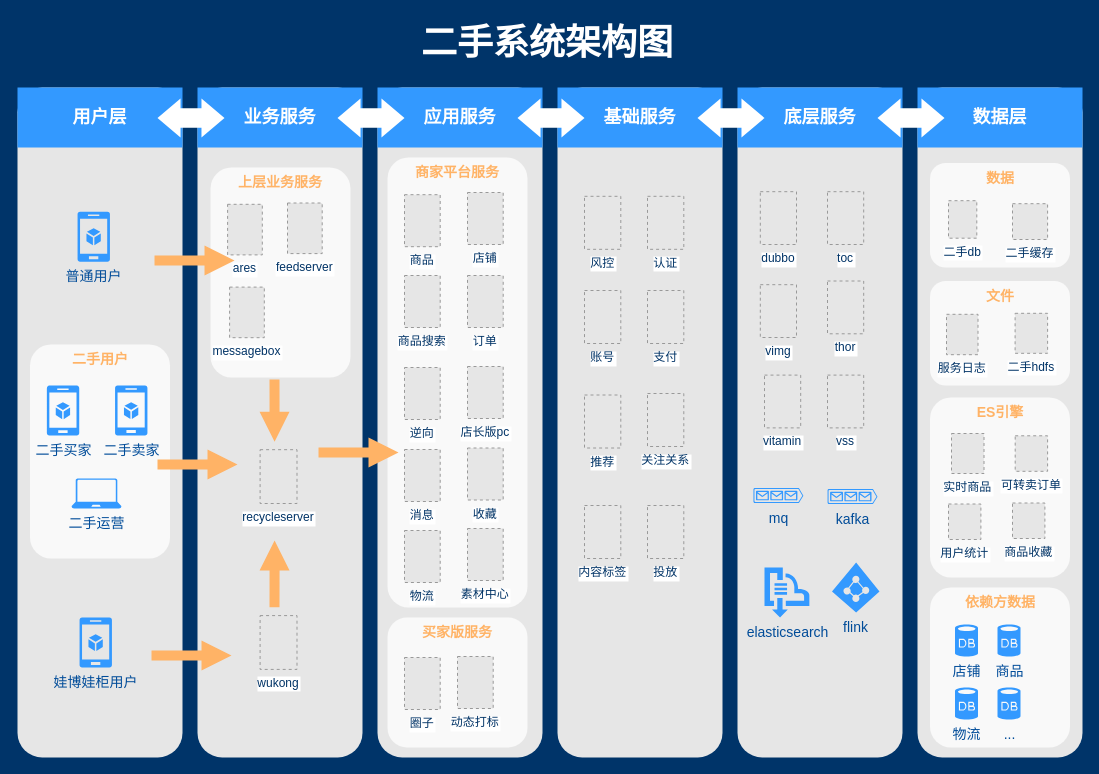
This is Untitled Diagram.drawio from killermyth/Documents, a draw.io file, before an edit. Source tidied: cells renumbered, new cells numbered last; positions are measured from the earlier drawing's top-left corner, leaving out a move shared by most shapes. Both pictures are drawn from the tidied source at 100%, with x=0, y=0 at pixel (17, 17). Pictures stored in the file or linked from it are replaced by grey dashed boxes.
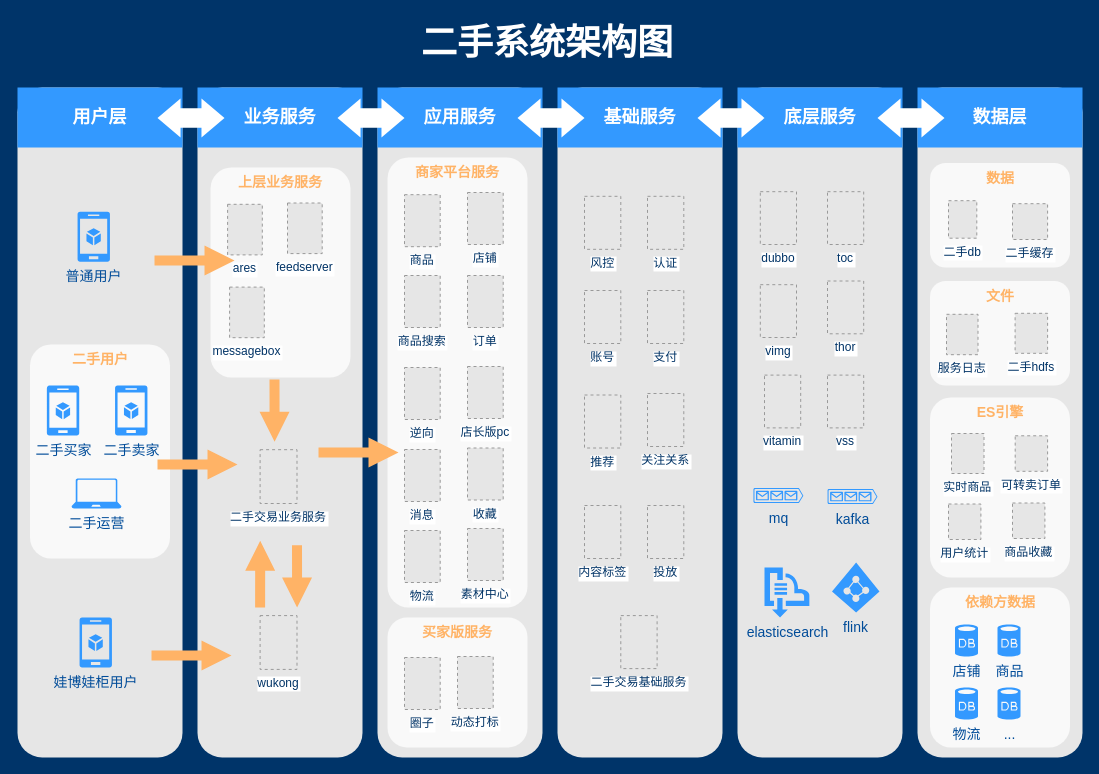
The same diagram, later.

The edit, as a diff of the source:
```diff
@@
-    <mxCell id="43" value="recycleserver" style="fillColor=#E6E6E6;strokeColor=#999999;dashed=1;verticalLabelPosition=bottom;labelBackgroundColor=#ffffff;verticalAlign=top;fontColor=#003366;" parent="1" vertex="1">
+    <mxCell id="43" value="二手交易业务服务" style="fillColor=#E6E6E6;strokeColor=#999999;dashed=1;verticalLabelPosition=bottom;labelBackgroundColor=#ffffff;verticalAlign=top;fontColor=#003366;" parent="1" vertex="1">
       <mxGeometry x="242.6" y="432.2" width="36.9" height="53.8" as="geometry" />
     </mxCell>
@@
     <mxCell id="45" style="arrow;html=1;endArrow=block;endFill=1;strokeColor=none;strokeWidth=4;fontFamily=Helvetica;fontSize=36;fontColor=#FFB366;fillColor=#FFB366;exitX=0.491;exitY=0.701;exitDx=0;exitDy=0;exitPerimeter=0;" parent="1" edge="1">
       <mxGeometry relative="1" as="geometry">
-        <mxPoint x="257" y="589.7" as="sourcePoint" />
-        <mxPoint x="257.1" y="523" as="targetPoint" />
+        <mxPoint x="242.6" y="590" as="sourcePoint" />
+        <mxPoint x="242.7" y="523.3" as="targetPoint" />
       </mxGeometry>
     </mxCell>
@@
+    <mxCell id="88" style="arrow;html=1;endArrow=block;endFill=1;strokeColor=none;strokeWidth=4;fontFamily=Helvetica;fontSize=36;fontColor=#FFB366;fillColor=#FFB366;entryX=0.5;entryY=0;entryDx=0;entryDy=0;" parent="1" edge="1">
+      <mxGeometry relative="1" as="geometry">
+        <mxPoint x="279.5" y="527.8" as="sourcePoint" />
+        <mxPoint x="279.6" y="590" as="targetPoint" />
+      </mxGeometry>
+    </mxCell>
+    <mxCell id="89" value="二手交易基础服务" style="fillColor=#E6E6E6;strokeColor=#999999;dashed=1;verticalLabelPosition=bottom;labelBackgroundColor=#ffffff;verticalAlign=top;fontColor=#003366;" parent="1" vertex="1">
+      <mxGeometry x="603.3" y="598.1" width="36.3" height="53" as="geometry" />
+    </mxCell>
```
